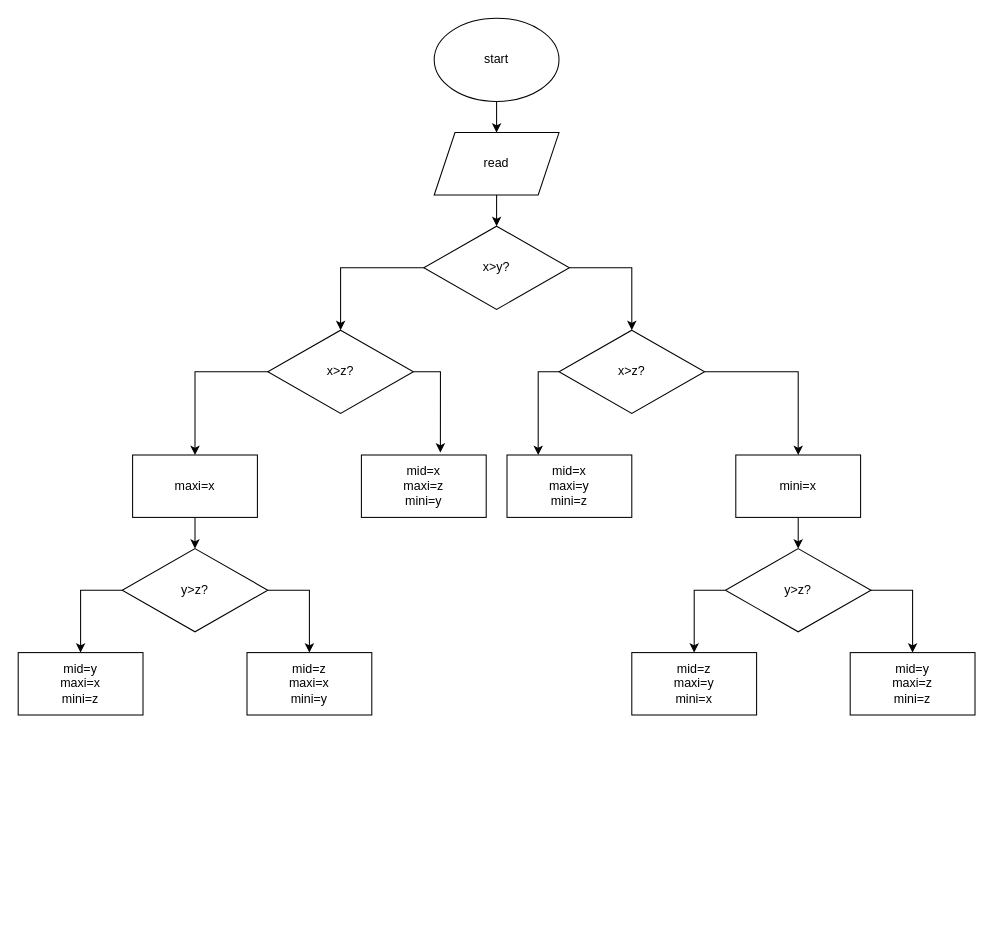
Above: 제목 없는 다이어그램.drawio in kau-newbie/image (draw.io), before the change. Source tidied: cells renumbered, new cells numbered last; positions are measured from the earlier drawing's top-left corner, leaving out a move shared by most shapes. Both pictures are drawn from the tidied source at 104%, with x=0, y=0 at pixel (18, 18).
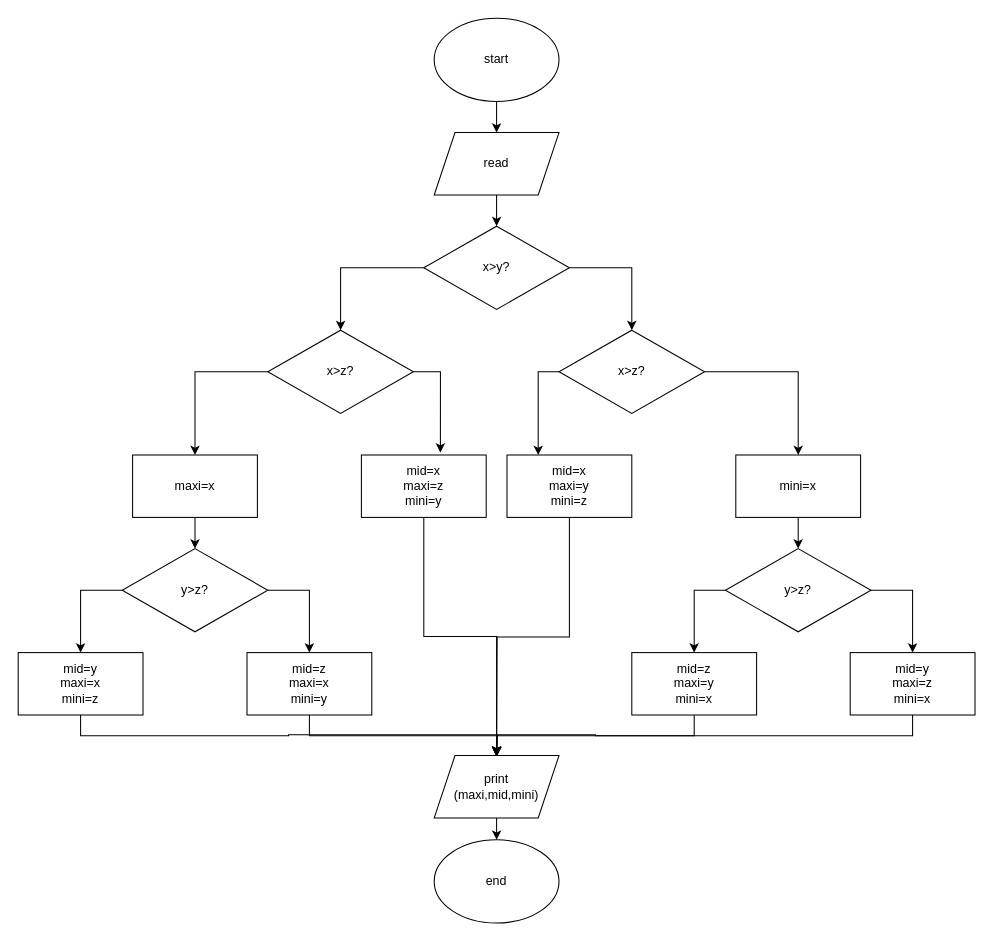
Above is the later version.

Unchanged cells that the change refers to:
```xml
<mxCell id="17" value="mid=x&lt;br&gt;maxi=z&lt;br&gt;mini=y" style="rounded=0;whiteSpace=wrap;html=1;" parent="1" vertex="1">
  <mxGeometry x="330" y="420" width="120" height="60" as="geometry" />
</mxCell>
<mxCell id="18" value="mid=x&lt;br&gt;maxi=y&lt;br&gt;mini=z" style="rounded=0;whiteSpace=wrap;html=1;" parent="1" vertex="1">
  <mxGeometry x="470" y="420" width="120" height="60" as="geometry" />
</mxCell>
<mxCell id="28" value="mid=z&lt;br&gt;maxi=y&lt;br&gt;mini=x" style="rounded=0;whiteSpace=wrap;html=1;" parent="1" vertex="1">
  <mxGeometry x="590" y="610" width="120" height="60" as="geometry" />
</mxCell>
<mxCell id="29" value="mid=z&lt;br&gt;maxi=x&lt;br&gt;mini=y" style="rounded=0;whiteSpace=wrap;html=1;" parent="1" vertex="1">
  <mxGeometry x="220" y="610" width="120" height="60" as="geometry" />
</mxCell>
<mxCell id="30" value="mid=y&lt;br&gt;maxi=x&lt;br&gt;mini=z" style="rounded=0;whiteSpace=wrap;html=1;" parent="1" vertex="1">
  <mxGeometry y="610" width="120" height="60" as="geometry" />
</mxCell>
```

What changed in the source:
```diff
@@
+    <mxCell id="31" style="edgeStyle=orthogonalEdgeStyle;rounded=0;jettySize=auto;html=1;exitX=0.5;exitY=1;exitDx=0;exitDy=0;entryX=0.5;entryY=0;entryDx=0;entryDy=0;" parent="1" edge="1" source="17" target="38">
+      <mxGeometry relative="1" as="geometry" />
+    </mxCell>
@@
+    <mxCell id="32" style="edgeStyle=orthogonalEdgeStyle;rounded=0;jettySize=auto;html=1;exitX=0.5;exitY=1;exitDx=0;exitDy=0;" parent="1" edge="1" source="18">
+      <mxGeometry relative="1" as="geometry">
+        <mxPoint x="460" y="710" as="targetPoint" />
+      </mxGeometry>
+    </mxCell>
@@
+    <mxCell id="33" style="edgeStyle=orthogonalEdgeStyle;rounded=0;jettySize=auto;html=1;exitX=0.5;exitY=1;exitDx=0;exitDy=0;" parent="1" edge="1" source="21">
+      <mxGeometry relative="1" as="geometry">
+        <mxPoint x="460" y="710" as="targetPoint" />
+      </mxGeometry>
+    </mxCell>
-    <mxCell id="21" value="mid=y&lt;br&gt;maxi=z&lt;br&gt;mini=z" style="rounded=0;whiteSpace=wrap;html=1;" parent="1" vertex="1">
+    <mxCell id="21" value="mid=y&lt;br&gt;maxi=z&lt;br&gt;mini=x" style="rounded=0;whiteSpace=wrap;html=1;" parent="1" vertex="1">
       <mxGeometry x="800" y="610" width="120" height="60" as="geometry" />
     </mxCell>
@@
+    <mxCell id="34" style="edgeStyle=orthogonalEdgeStyle;rounded=0;jettySize=auto;html=1;exitX=0.5;exitY=1;exitDx=0;exitDy=0;entryX=0.5;entryY=0;entryDx=0;entryDy=0;" parent="1" edge="1" source="28" target="38">
+      <mxGeometry relative="1" as="geometry" />
+    </mxCell>
@@
+    <mxCell id="35" style="edgeStyle=orthogonalEdgeStyle;rounded=0;jettySize=auto;html=1;exitX=0.5;exitY=1;exitDx=0;exitDy=0;" parent="1" edge="1" source="29">
+      <mxGeometry relative="1" as="geometry">
+        <mxPoint x="460" y="710" as="targetPoint" />
+      </mxGeometry>
+    </mxCell>
@@
+    <mxCell id="36" style="edgeStyle=orthogonalEdgeStyle;rounded=0;jettySize=auto;html=1;exitX=0.5;exitY=1;exitDx=0;exitDy=0;entryX=0.5;entryY=0;entryDx=0;entryDy=0;" parent="1" edge="1" source="30" target="38">
+      <mxGeometry relative="1" as="geometry" />
+    </mxCell>
@@
+    <mxCell id="37" style="edgeStyle=orthogonalEdgeStyle;rounded=0;jettySize=auto;html=1;exitX=0.5;exitY=1;exitDx=0;exitDy=0;entryX=0.5;entryY=0;entryDx=0;entryDy=0;" parent="1" edge="1" source="38" target="39">
+      <mxGeometry relative="1" as="geometry" />
+    </mxCell>
+    <mxCell id="38" value="print&lt;br&gt;(maxi,mid,mini)" style="shape=parallelogram;perimeter=parallelogramPerimeter;whiteSpace=wrap;html=1;fixedSize=1;" parent="1" vertex="1">
+      <mxGeometry x="400" y="709" width="120" height="60" as="geometry" />
+    </mxCell>
+    <mxCell id="39" value="end" style="ellipse;whiteSpace=wrap;html=1;" parent="1" vertex="1">
+      <mxGeometry x="400" y="790" width="120" height="80" as="geometry" />
+    </mxCell>
```
